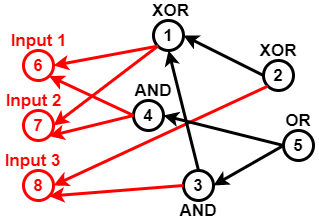
sara1024/-CCF201412-2-Z- keeps this draw.io diagram as Untitled Diagram.png. Above is the earlier version. Source tidied: cells renumbered, new cells last; positions are measured from the earlier drawing's top-left corner, leaving out a move shared by most shapes.
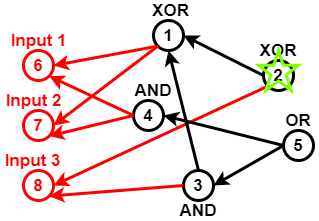
After the commit.

Change to the diagram source:
```diff
@@ -80,5 +80,8 @@
     <mxCell id="27" value="Input 3" style="text;html=1;strokeColor=none;fillColor=none;align=center;verticalAlign=middle;whiteSpace=wrap;rounded=0;fontSize=17;fontColor=#FF0000;fontStyle=1;" parent="1" vertex="1">
       <mxGeometry x="-0.5" y="150" width="62.5" height="20" as="geometry" />
     </mxCell>
+    <mxCell id="28" style="verticalLabelPosition=bottom;verticalAlign=top;html=1;shape=mxgraph.basic.star;strokeColor=#80FF00;strokeWidth=3;fillColor=none;gradientColor=none;fontSize=17;fontColor=#FF0000;" parent="1" vertex="1">
+      <mxGeometry x="257" y="50" width="40" height="40" as="geometry" />
+    </mxCell>
   </root>
 </mxGraphModel>
```
